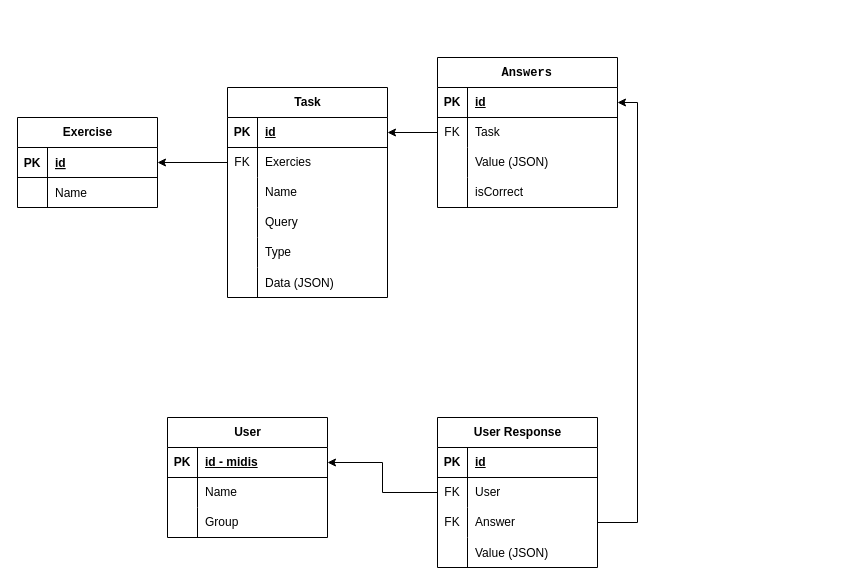
Earlier version of the draw.io diagram midis-test.drawio (midis-students/midis-test). Source tidied: cells renumbered, new cells numbered last; positions are measured from the earlier drawing's top-left corner, leaving out a move shared by most shapes. Both pictures are drawn from the tidied source at 100%, with x=0, y=0 at pixel (17, 57).
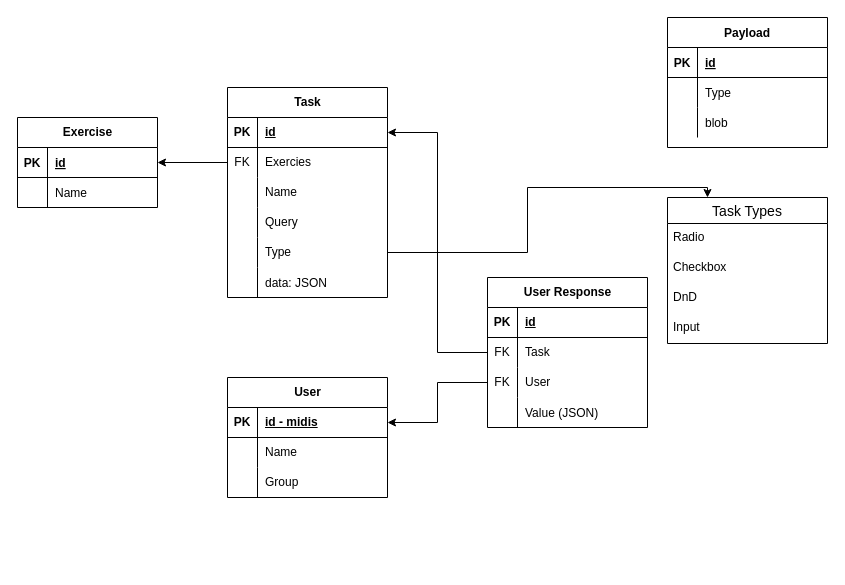
After the change.

Unchanged cells that the change refers to:
```xml
<mxCell id="48" style="shape=tableRow;horizontal=0;startSize=0;swimlaneHead=0;swimlaneBody=0;fillColor=none;points=[[0,0.5],[1,0.5]];portConstraint=eastwest;top=0;left=0;right=0;bottom=1;html=1;" parent="47" vertex="1">
  <mxGeometry y="30" width="160" height="30" as="geometry" />
</mxCell>
<mxCell id="60" style="shape=tableRow;horizontal=0;startSize=0;swimlaneHead=0;swimlaneBody=0;fillColor=none;points=[[0,0.5],[1,0.5]];portConstraint=eastwest;top=0;left=0;right=0;bottom=0;html=1;" parent="47" vertex="1">
  <mxGeometry y="150" width="160" height="30" as="geometry" />
</mxCell>
<mxCell id="63" style="shape=partialRectangle;fillColor=none;top=0;left=0;bottom=0;right=0;" parent="47" vertex="1">
  <mxGeometry y="180" width="160" height="30" as="geometry" />
</mxCell>
```

The edit, as a diff of the source:
```diff
@@
-    <mxCell id="9" value="&lt;pre style=&quot;unicode-bidi: isolate; line-height: 36px; border: none; padding: 2px 0.14em 2px 0px; position: relative; margin-top: -2px; margin-bottom: -2px; resize: none; overflow: hidden; width: 270px; overflow-wrap: break-word;&quot; dir=&quot;ltr&quot; id=&quot;tw-target-text&quot; class=&quot;tw-data-text tw-text-large tw-ta&quot;&gt;&lt;span style=&quot;&quot; lang=&quot;en&quot; class=&quot;Y2IQFc&quot;&gt;Answers&lt;/span&gt;&lt;/pre&gt;" style="shape=table;startSize=30;childLayout=tableLayout;rowLines=0;fontStyle=1;align=center;html=1;" parent="1" vertex="1">
-      <mxGeometry x="420" width="180" height="150" as="geometry" />
-    </mxCell>
-    <mxCell id="10" style="shape=tableRow;horizontal=0;startSize=0;swimlaneHead=0;swimlaneBody=0;fillColor=none;points=[[0,0.5],[1,0.5]];portConstraint=eastwest;top=0;left=0;right=0;bottom=1;html=1;" parent="9" vertex="1">
-      <mxGeometry y="30" width="180" height="30" as="geometry" />
-    </mxCell>
-    <mxCell id="11" value="PK" style="shape=partialRectangle;fillColor=none;top=0;left=0;bottom=0;right=0;fontStyle=1;overflow=hidden;html=1;" parent="10" vertex="1">
-      <mxGeometry width="30" height="30" as="geometry" />
-    </mxCell>
-    <mxCell id="12" value="id" style="shape=partialRectangle;fillColor=none;top=0;left=0;bottom=0;right=0;align=left;spacingLeft=6;fontStyle=5;overflow=hidden;html=1;" parent="10" vertex="1">
-      <mxGeometry x="30" width="150" height="30" as="geometry" />
-    </mxCell>
-    <mxCell id="13" style="shape=tableRow;horizontal=0;startSize=0;swimlaneHead=0;swimlaneBody=0;fillColor=none;points=[[0,0.5],[1,0.5]];portConstraint=eastwest;top=0;left=0;right=0;bottom=0;html=1;" parent="9" vertex="1">
-      <mxGeometry y="60" width="180" height="30" as="geometry" />
-    </mxCell>
-    <mxCell id="14" value="FK" style="shape=partialRectangle;fillColor=none;top=0;left=0;bottom=0;right=0;overflow=hidden;html=1;" parent="13" vertex="1">
-      <mxGeometry width="30" height="30" as="geometry" />
-    </mxCell>
-    <mxCell id="15" value="Task" style="shape=partialRectangle;fillColor=none;top=0;left=0;bottom=0;right=0;align=left;spacingLeft=6;overflow=hidden;html=1;" parent="13" vertex="1">
-      <mxGeometry x="30" width="150" height="30" as="geometry" />
-    </mxCell>
-    <mxCell id="16" style="shape=tableRow;horizontal=0;startSize=0;swimlaneHead=0;swimlaneBody=0;fillColor=none;top=0;left=0;right=0;bottom=0;html=1;" parent="9" vertex="1">
-      <mxGeometry y="90" width="180" height="30" as="geometry" />
-    </mxCell>
-    <mxCell id="17" style="shape=partialRectangle;fillColor=none;top=0;left=0;bottom=0;right=0;overflow=hidden;html=1;" parent="16" vertex="1">
-      <mxGeometry width="30" height="30" as="geometry" />
-    </mxCell>
-    <mxCell id="18" value="Value&amp;nbsp;(JSON)" style="shape=partialRectangle;fillColor=none;top=0;left=0;bottom=0;right=0;align=left;spacingLeft=6;overflow=hidden;html=1;" parent="16" vertex="1">
-      <mxGeometry x="30" width="150" height="30" as="geometry" />
-    </mxCell>
-    <mxCell id="19" style="shape=tableRow;horizontal=0;startSize=0;swimlaneHead=0;swimlaneBody=0;fillColor=none;top=0;left=0;right=0;bottom=0;html=1;" parent="9" vertex="1">
-      <mxGeometry y="120" width="180" height="30" as="geometry" />
-    </mxCell>
-    <mxCell id="20" style="shape=partialRectangle;fillColor=none;top=0;left=0;bottom=0;right=0;overflow=hidden;html=1;" parent="19" vertex="1">
-      <mxGeometry width="30" height="30" as="geometry" />
-    </mxCell>
-    <mxCell id="21" value="isCorrect" style="shape=partialRectangle;fillColor=none;top=0;left=0;bottom=0;right=0;align=left;spacingLeft=6;overflow=hidden;html=1;" parent="19" vertex="1">
-      <mxGeometry x="30" width="150" height="30" as="geometry" />
-    </mxCell>
     <mxCell id="22" value="User" style="shape=table;startSize=30;childLayout=tableLayout;rowLines=0;fontStyle=1;align=center;html=1;" parent="1" vertex="1">
-      <mxGeometry x="150" y="360" width="160" height="120" as="geometry" />
+      <mxGeometry x="210" y="320" width="160" height="120" as="geometry" />
     </mxCell>
@@
     <mxCell id="32" value="User Response" style="shape=table;startSize=30;childLayout=tableLayout;rowLines=0;fontStyle=1;align=center;html=1;" parent="1" vertex="1">
-      <mxGeometry x="420" y="360" width="160" height="150" as="geometry" />
+      <mxGeometry x="470" y="220" width="160" height="150" as="geometry" />
     </mxCell>
@@
+    <mxCell id="39" style="shape=tableRow;horizontal=0;startSize=0;swimlaneHead=0;swimlaneBody=0;fillColor=none;points=[[0,0.5],[1,0.5]];portConstraint=eastwest;top=0;left=0;right=0;bottom=0;html=1;" parent="32" vertex="1">
+      <mxGeometry y="60" width="160" height="30" as="geometry" />
+    </mxCell>
+    <mxCell id="40" value="FK" style="shape=partialRectangle;fillColor=none;top=0;left=0;bottom=0;right=0;overflow=hidden;html=1;" parent="39" vertex="1">
+      <mxGeometry width="30" height="30" as="geometry" />
+    </mxCell>
+    <mxCell id="41" value="Task" style="shape=partialRectangle;fillColor=none;top=0;left=0;bottom=0;right=0;align=left;spacingLeft=6;overflow=hidden;html=1;" parent="39" vertex="1">
+      <mxGeometry x="30" width="130" height="30" as="geometry" />
+    </mxCell>
     <mxCell id="36" style="shape=tableRow;horizontal=0;startSize=0;swimlaneHead=0;swimlaneBody=0;fillColor=none;points=[[0,0.5],[1,0.5]];portConstraint=eastwest;top=0;left=0;right=0;bottom=0;html=1;" parent="32" vertex="1">
-      <mxGeometry y="60" width="160" height="30" as="geometry" />
+      <mxGeometry y="90" width="160" height="30" as="geometry" />
     </mxCell>
@@
-    <mxCell id="39" style="shape=tableRow;horizontal=0;startSize=0;swimlaneHead=0;swimlaneBody=0;fillColor=none;points=[[0,0.5],[1,0.5]];portConstraint=eastwest;top=0;left=0;right=0;bottom=0;html=1;" parent="32" vertex="1">
-      <mxGeometry y="90" width="160" height="30" as="geometry" />
-    </mxCell>
-    <mxCell id="40" value="FK" style="shape=partialRectangle;fillColor=none;top=0;left=0;bottom=0;right=0;overflow=hidden;html=1;" parent="39" vertex="1">
-      <mxGeometry width="30" height="30" as="geometry" />
-    </mxCell>
-    <mxCell id="41" value="Answer" style="shape=partialRectangle;fillColor=none;top=0;left=0;bottom=0;right=0;align=left;spacingLeft=6;overflow=hidden;html=1;" parent="39" vertex="1">
-      <mxGeometry x="30" width="130" height="30" as="geometry" />
-    </mxCell>
@@
-    <mxCell id="46" style="edgeStyle=orthogonalEdgeStyle;rounded=0;jettySize=auto;html=1;exitX=1;exitY=0.5;exitDx=0;exitDy=0;entryX=1;entryY=0.5;entryDx=0;entryDy=0;" parent="1" edge="1" source="39" target="10">
-      <mxGeometry relative="1" as="geometry" />
-    </mxCell>
@@
-    <mxCell id="65" value="Data (JSON)" style="shape=partialRectangle;fillColor=none;top=0;left=0;bottom=0;right=0;align=left;spacingLeft=6;overflow=hidden;" parent="63" vertex="1">
+    <mxCell id="65" value="data: JSON" style="shape=partialRectangle;fillColor=none;top=0;left=0;bottom=0;right=0;align=left;spacingLeft=6;overflow=hidden;" parent="63" vertex="1">
       <mxGeometry x="30" width="130" height="30" as="geometry" />
     </mxCell>
@@
-    <mxCell id="67" style="edgeStyle=orthogonalEdgeStyle;html=1;exitX=0;exitY=0.5;exitDx=0;exitDy=0;entryX=1;entryY=0.5;entryDx=0;entryDy=0;" parent="1" edge="1" source="13" target="48">
-      <mxGeometry relative="1" as="geometry" />
-    </mxCell>
+    <mxCell id="68" value="Payload" style="shape=table;startSize=30;childLayout=tableLayout;rowLines=0;fontStyle=1;align=center;" parent="1" vertex="1">
+      <mxGeometry x="650" y="-40" width="160" height="130" as="geometry" />
+    </mxCell>
+    <mxCell id="69" style="shape=partialRectangle;fillColor=none;top=0;left=0;bottom=1;right=0;" parent="68" vertex="1">
+      <mxGeometry y="30" width="160" height="30" as="geometry" />
+    </mxCell>
+    <mxCell id="11" value="PK" style="shape=partialRectangle;fillColor=none;top=0;left=0;bottom=0;right=0;fontStyle=1;overflow=hidden;" parent="69" vertex="1">
+      <mxGeometry width="30" height="30" as="geometry" />
+    </mxCell>
+    <mxCell id="12" value="id" style="shape=partialRectangle;fillColor=none;top=0;left=0;bottom=0;right=0;align=left;spacingLeft=6;fontStyle=5;overflow=hidden;" parent="69" vertex="1">
+      <mxGeometry x="30" width="130" height="30" as="geometry" />
+    </mxCell>
+    <mxCell id="70" style="shape=partialRectangle;fillColor=none;top=0;left=0;bottom=0;right=0;" parent="68" vertex="1">
+      <mxGeometry y="60" width="160" height="30" as="geometry" />
+    </mxCell>
+    <mxCell id="71" style="shape=partialRectangle;fillColor=none;top=0;left=0;bottom=0;right=0;overflow=hidden;" parent="70" vertex="1">
+      <mxGeometry width="30" height="30" as="geometry" />
+    </mxCell>
+    <mxCell id="72" value="Type" style="shape=partialRectangle;fillColor=none;top=0;left=0;bottom=0;right=0;align=left;spacingLeft=6;overflow=hidden;" parent="70" vertex="1">
+      <mxGeometry x="30" width="130" height="30" as="geometry" />
+    </mxCell>
+    <mxCell id="73" style="shape=partialRectangle;fillColor=none;top=0;left=0;bottom=0;right=0;" parent="68" vertex="1">
+      <mxGeometry y="90" width="160" height="30" as="geometry" />
+    </mxCell>
+    <mxCell id="74" style="shape=partialRectangle;fillColor=none;top=0;left=0;bottom=0;right=0;overflow=hidden;" parent="73" vertex="1">
+      <mxGeometry width="30" height="30" as="geometry" />
+    </mxCell>
+    <mxCell id="75" value="blob" style="shape=partialRectangle;fillColor=none;top=0;left=0;bottom=0;right=0;align=left;spacingLeft=6;overflow=hidden;" parent="73" vertex="1">
+      <mxGeometry x="30" width="130" height="30" as="geometry" />
+    </mxCell>
+    <mxCell id="76" value="Task Types" style="swimlane;fontStyle=0;horizontal=1;startSize=26;align=center;fontSize=14;" parent="1" vertex="1">
+      <mxGeometry x="650" y="140" width="160" height="146" as="geometry" />
+    </mxCell>
+    <mxCell id="77" value="Radio" style="text;strokeColor=none;fillColor=none;spacingLeft=4;spacingRight=4;overflow=hidden;fontSize=12;" parent="76" vertex="1">
+      <mxGeometry y="26" width="160" height="30" as="geometry" />
+    </mxCell>
+    <mxCell id="78" value="Checkbox" style="text;strokeColor=none;fillColor=none;spacingLeft=4;spacingRight=4;overflow=hidden;fontSize=12;" parent="76" vertex="1">
+      <mxGeometry y="56" width="160" height="30" as="geometry" />
+    </mxCell>
+    <mxCell id="79" value="DnD" style="text;strokeColor=none;fillColor=none;spacingLeft=4;spacingRight=4;overflow=hidden;fontSize=12;" parent="76" vertex="1">
+      <mxGeometry y="86" width="160" height="30" as="geometry" />
+    </mxCell>
+    <mxCell id="80" value="Input" style="text;strokeColor=none;fillColor=none;spacingLeft=4;spacingRight=4;overflow=hidden;fontSize=12;" parent="76" vertex="1">
+      <mxGeometry y="116" width="160" height="30" as="geometry" />
+    </mxCell>
+    <mxCell id="81" style="edgeStyle=orthogonalEdgeStyle;rounded=0;html=1;exitX=1;exitY=0.5;exitDx=0;exitDy=0;entryX=0.25;entryY=0;entryDx=0;entryDy=0;" parent="1" edge="1" source="60" target="76">
+      <mxGeometry relative="1" as="geometry" />
+    </mxCell>
+    <mxCell id="82" style="edgeStyle=orthogonalEdgeStyle;rounded=0;html=1;exitX=0;exitY=0.5;exitDx=0;exitDy=0;entryX=1;entryY=0.5;entryDx=0;entryDy=0;" parent="1" edge="1" source="39" target="48">
+      <mxGeometry relative="1" as="geometry" />
+    </mxCell>
```
